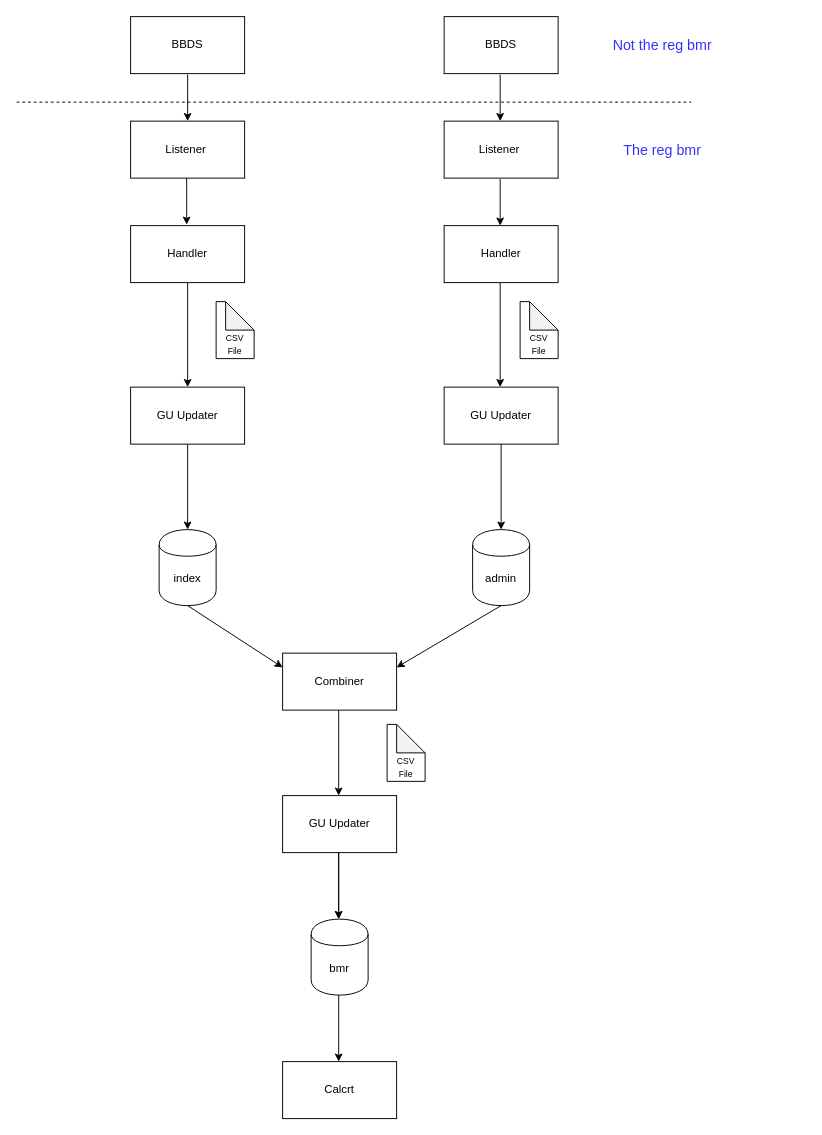
Earlier version of the draw.io diagram homework/1/src/Untitled Diagram.drawio (LiangRao/15214-Project). Source tidied: cells renumbered, new cells numbered last; positions are measured from the earlier drawing's top-left corner, leaving out a move shared by most shapes. Both pictures are drawn from the tidied source at 95%, with x=0, y=0 at pixel (16, 16).
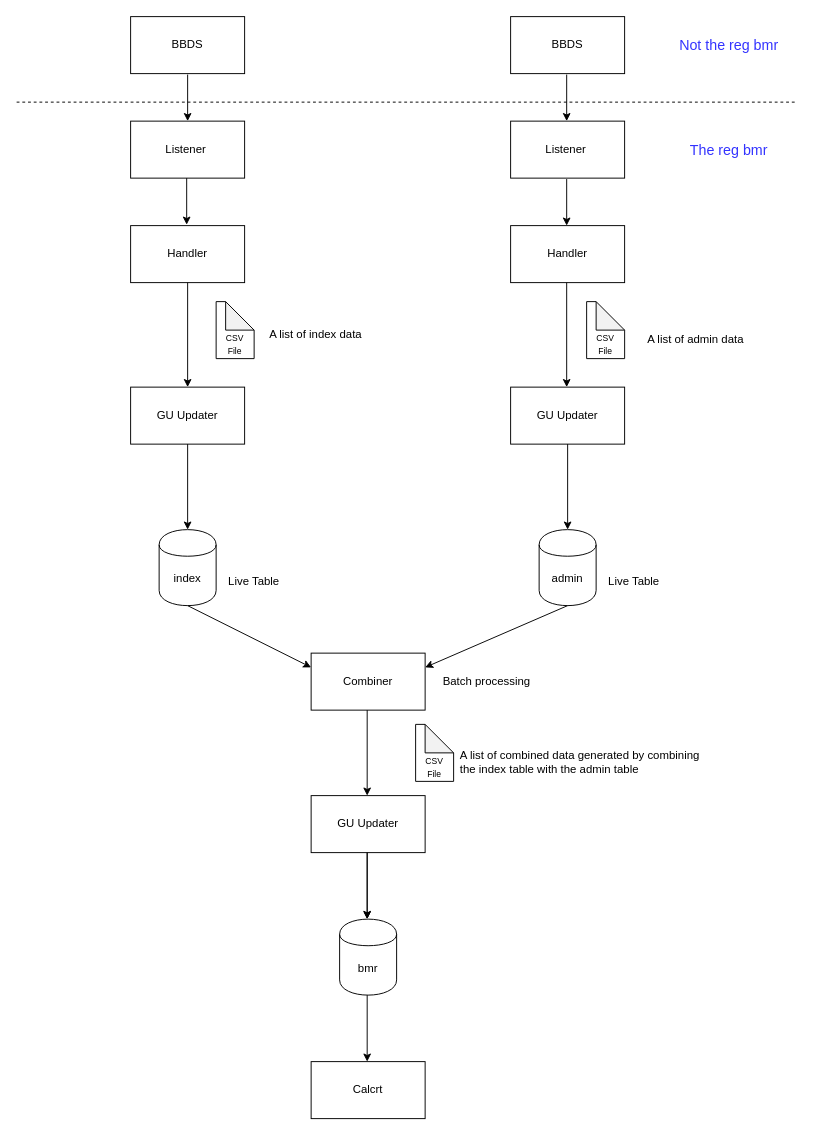
Above is the later version.

Diff of the diagram source:
```diff
@@
     <mxCell id="4" value="BBDS" style="rounded=0;whiteSpace=wrap;html=1;" parent="1" vertex="1">
-      <mxGeometry x="450" width="120" height="60" as="geometry" />
+      <mxGeometry x="520" width="120" height="60" as="geometry" />
     </mxCell>
@@
     <mxCell id="6" value="Listener&amp;nbsp;" style="rounded=0;whiteSpace=wrap;html=1;" parent="1" vertex="1">
-      <mxGeometry x="450" y="110" width="120" height="60" as="geometry" />
+      <mxGeometry x="520" y="110" width="120" height="60" as="geometry" />
     </mxCell>
@@
     <mxCell id="8" value="Handler" style="rounded=0;whiteSpace=wrap;html=1;" parent="1" vertex="1">
-      <mxGeometry x="450" y="220" width="120" height="60" as="geometry" />
+      <mxGeometry x="520" y="220" width="120" height="60" as="geometry" />
     </mxCell>
@@
     <mxCell id="10" value="GU Updater" style="rounded=0;whiteSpace=wrap;html=1;" parent="1" vertex="1">
-      <mxGeometry x="450" y="390" width="120" height="60" as="geometry" />
+      <mxGeometry x="520" y="390" width="120" height="60" as="geometry" />
     </mxCell>
@@
     <mxCell id="12" value="admin" style="shape=cylinder;whiteSpace=wrap;html=1;boundedLbl=1;backgroundOutline=1;" parent="1" vertex="1">
-      <mxGeometry x="480" y="540" width="60" height="80" as="geometry" />
+      <mxGeometry x="550" y="540" width="60" height="80" as="geometry" />
     </mxCell>
     <mxCell id="13" value="Combiner" style="rounded=0;whiteSpace=wrap;html=1;" parent="1" vertex="1">
-      <mxGeometry x="280" y="670" width="120" height="60" as="geometry" />
+      <mxGeometry x="310" y="670" width="120" height="60" as="geometry" />
     </mxCell>
     <mxCell id="14" value="GU Updater" style="rounded=0;whiteSpace=wrap;html=1;" parent="1" vertex="1">
-      <mxGeometry x="280" y="820" width="120" height="60" as="geometry" />
+      <mxGeometry x="310" y="820" width="120" height="60" as="geometry" />
     </mxCell>
     <mxCell id="15" value="Calcrt" style="rounded=0;whiteSpace=wrap;html=1;" parent="1" vertex="1">
-      <mxGeometry x="280" y="1100" width="120" height="60" as="geometry" />
+      <mxGeometry x="310" y="1100" width="120" height="60" as="geometry" />
     </mxCell>
@@
     <mxCell id="17" style="endArrow=classic;html=1;entryX=0.5;entryY=0;entryDx=0;entryDy=0;" parent="1" edge="1">
       <mxGeometry relative="1" as="geometry">
-        <mxPoint x="509" y="61" as="sourcePoint" />
-        <mxPoint x="509" y="110" as="targetPoint" />
+        <mxPoint x="579" y="61" as="sourcePoint" />
+        <mxPoint x="579" y="110" as="targetPoint" />
       </mxGeometry>
     </mxCell>
@@
     <mxCell id="19" style="endArrow=classic;html=1;entryX=0.5;entryY=0;entryDx=0;entryDy=0;" parent="1" edge="1">
       <mxGeometry relative="1" as="geometry">
-        <mxPoint x="509" y="171" as="sourcePoint" />
-        <mxPoint x="509" y="220" as="targetPoint" />
+        <mxPoint x="579" y="171" as="sourcePoint" />
+        <mxPoint x="579" y="220" as="targetPoint" />
       </mxGeometry>
     </mxCell>
@@
     <mxCell id="21" style="endArrow=classic;html=1;entryX=0.5;entryY=0;entryDx=0;entryDy=0;" parent="1" edge="1">
       <mxGeometry relative="1" as="geometry">
-        <mxPoint x="509" y="280" as="sourcePoint" />
-        <mxPoint x="509" y="390" as="targetPoint" />
+        <mxPoint x="579" y="280" as="sourcePoint" />
+        <mxPoint x="579" y="390" as="targetPoint" />
       </mxGeometry>
     </mxCell>
     <mxCell id="22" value="&lt;font style=&quot;font-size: 9px&quot;&gt;&lt;br&gt;&lt;br&gt;CSV&lt;br&gt;File&lt;/font&gt;&lt;br&gt;" style="shape=note;whiteSpace=wrap;html=1;backgroundOutline=1;darkOpacity=0.05;" parent="1" vertex="1">
-      <mxGeometry x="530" y="300" width="40" height="60" as="geometry" />
+      <mxGeometry x="600" y="300" width="40" height="60" as="geometry" />
     </mxCell>
@@
     <mxCell id="24" style="endArrow=classic;html=1;" parent="1" edge="1">
       <mxGeometry relative="1" as="geometry">
-        <mxPoint x="510" y="450" as="sourcePoint" />
-        <mxPoint x="510" y="540" as="targetPoint" />
+        <mxPoint x="580" y="450" as="sourcePoint" />
+        <mxPoint x="580" y="540" as="targetPoint" />
       </mxGeometry>
     </mxCell>
     <mxCell id="25" value="bmr" style="shape=cylinder;whiteSpace=wrap;html=1;boundedLbl=1;backgroundOutline=1;" parent="1" vertex="1">
-      <mxGeometry x="310" y="950" width="60" height="80" as="geometry" />
+      <mxGeometry x="340" y="950" width="60" height="80" as="geometry" />
     </mxCell>
@@
     <mxCell id="28" value="&lt;font style=&quot;font-size: 9px&quot;&gt;&lt;br&gt;&lt;br&gt;CSV&lt;br&gt;File&lt;/font&gt;&lt;br&gt;" style="shape=note;whiteSpace=wrap;html=1;backgroundOutline=1;darkOpacity=0.05;" parent="1" vertex="1">
-      <mxGeometry x="390" y="745" width="40" height="60" as="geometry" />
+      <mxGeometry x="420" y="745" width="40" height="60" as="geometry" />
     </mxCell>
     <mxCell id="29" style="endArrow=classic;html=1;" parent="1" edge="1">
       <mxGeometry relative="1" as="geometry">
-        <mxPoint x="339" y="730" as="sourcePoint" />
-        <mxPoint x="339" y="820" as="targetPoint" />
+        <mxPoint x="369" y="730" as="sourcePoint" />
+        <mxPoint x="369" y="820" as="targetPoint" />
       </mxGeometry>
     </mxCell>
     <mxCell id="30" style="endArrow=classic;html=1;" parent="1" edge="1">
       <mxGeometry relative="1" as="geometry">
-        <mxPoint x="339" y="880" as="sourcePoint" />
-        <mxPoint x="339" y="950" as="targetPoint" />
+        <mxPoint x="369" y="880" as="sourcePoint" />
+        <mxPoint x="369" y="950" as="targetPoint" />
       </mxGeometry>
     </mxCell>
     <mxCell id="31" style="endArrow=classic;html=1;" parent="1" edge="1">
       <mxGeometry relative="1" as="geometry">
-        <mxPoint x="339" y="1030" as="sourcePoint" />
-        <mxPoint x="339" y="1100" as="targetPoint" />
+        <mxPoint x="369" y="1030" as="sourcePoint" />
+        <mxPoint x="369" y="1100" as="targetPoint" />
       </mxGeometry>
     </mxCell>
     <mxCell id="32" style="endArrow=none;dashed=1;html=1;" parent="1" edge="1">
       <mxGeometry relative="1" as="geometry">
         <mxPoint y="90" as="sourcePoint" />
-        <mxPoint x="710" y="90" as="targetPoint" />
+        <mxPoint x="820" y="90" as="targetPoint" />
       </mxGeometry>
     </mxCell>
     <mxCell id="33" value="&lt;font style=&quot;font-size: 15px&quot; color=&quot;#3333ff&quot;&gt;Not the reg bmr&lt;/font&gt;" style="text;html=1;strokeColor=none;fillColor=none;align=center;verticalAlign=middle;whiteSpace=wrap;rounded=0;" parent="1" vertex="1">
-      <mxGeometry x="600" y="15" width="160" height="30" as="geometry" />
+      <mxGeometry x="670" y="15" width="160" height="30" as="geometry" />
     </mxCell>
     <mxCell id="34" style="endArrow=classic;html=1;" parent="1" edge="1">
       <mxGeometry relative="1" as="geometry">
-        <mxPoint x="339" y="880" as="sourcePoint" />
-        <mxPoint x="339" y="950" as="targetPoint" />
+        <mxPoint x="369" y="880" as="sourcePoint" />
+        <mxPoint x="369" y="950" as="targetPoint" />
       </mxGeometry>
     </mxCell>
     <mxCell id="35" value="&lt;font style=&quot;font-size: 15px&quot; color=&quot;#3333ff&quot;&gt;The reg bmr&lt;/font&gt;" style="text;html=1;strokeColor=none;fillColor=none;align=center;verticalAlign=middle;whiteSpace=wrap;rounded=0;strokeWidth=4;" parent="1" vertex="1">
-      <mxGeometry x="600" y="125" width="160" height="30" as="geometry" />
+      <mxGeometry x="670" y="125" width="160" height="30" as="geometry" />
     </mxCell>
+    <mxCell id="36" value="Live Table" style="text;html=1;strokeColor=none;fillColor=none;align=center;verticalAlign=middle;whiteSpace=wrap;rounded=0;" parent="1" vertex="1">
+      <mxGeometry x="210" y="580" width="80" height="30" as="geometry" />
+    </mxCell>
+    <mxCell id="37" value="Live Table" style="text;html=1;strokeColor=none;fillColor=none;align=center;verticalAlign=middle;whiteSpace=wrap;rounded=0;" parent="1" vertex="1">
+      <mxGeometry x="610" y="580" width="80" height="30" as="geometry" />
+    </mxCell>
+    <mxCell id="38" value="A list of index data" style="text;html=1;strokeColor=none;fillColor=none;align=center;verticalAlign=middle;whiteSpace=wrap;rounded=0;" parent="1" vertex="1">
+      <mxGeometry x="260" y="320" width="110" height="30" as="geometry" />
+    </mxCell>
+    <mxCell id="39" value="A list of admin data" style="text;html=1;strokeColor=none;fillColor=none;align=center;verticalAlign=middle;whiteSpace=wrap;rounded=0;" parent="1" vertex="1">
+      <mxGeometry x="660" y="320" width="110" height="40" as="geometry" />
+    </mxCell>
+    <mxCell id="40" value="A list of combined data generated by combining the index table with the admin table" style="text;html=1;strokeColor=none;fillColor=none;align=left;verticalAlign=middle;whiteSpace=wrap;rounded=0;" parent="1" vertex="1">
+      <mxGeometry x="465" y="760" width="255" height="50" as="geometry" />
+    </mxCell>
+    <mxCell id="41" value="Batch processing" style="text;html=1;strokeColor=none;fillColor=none;align=center;verticalAlign=middle;whiteSpace=wrap;rounded=0;" parent="1" vertex="1">
+      <mxGeometry x="400" y="690" width="190" height="20" as="geometry" />
+    </mxCell>
```
